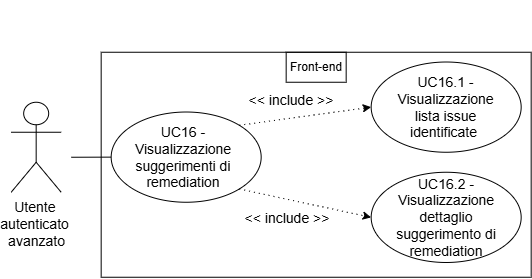
Above: assets/diagrams/UC16.png in SkarabGroup/DocumentazioneProgetto (draw.io), before the change. Source tidied: cells renumbered, new cells last; positions are measured from the earlier drawing's top-left corner, leaving out a move shared by most shapes.
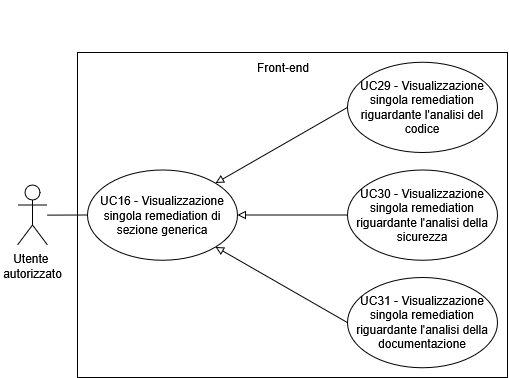
Above is the later version.

The edit, as a diff of the source:
```diff
@@ -4,59 +4,50 @@
     <mxCell id="1" parent="0" />
     <mxCell id="2" style="endArrow=classic;html=1;rounded=0;" parent="1" edge="1">
       <mxGeometry relative="1" as="geometry">
-        <mxPoint x="39.7" y="-0.2" as="sourcePoint" />
-        <mxPoint x="39.7" y="-0.2" as="targetPoint" />
+        <mxPoint x="-37" y="-151" as="sourcePoint" />
+        <mxPoint x="-37" y="-151" as="targetPoint" />
       </mxGeometry>
     </mxCell>
-    <mxCell id="3" value="&lt;font style=&quot;font-size: 14px;&quot;&gt;Utente&lt;/font&gt;&lt;font style=&quot;font-size: 12px;&quot;&gt;&amp;nbsp;&lt;/font&gt;&lt;div&gt;&lt;font style=&quot;&quot;&gt;&lt;font style=&quot;font-size: 14px;&quot;&gt;autenticato&lt;/font&gt;&lt;span style=&quot;font-size: 14px;&quot;&gt;&amp;nbsp;&lt;/span&gt;&lt;/font&gt;&lt;/div&gt;&lt;div&gt;&lt;font style=&quot;font-size: 14px;&quot;&gt;avanzato&lt;/font&gt;&lt;/div&gt;" style="shape=umlActor;verticalLabelPosition=bottom;verticalAlign=top;html=1;" parent="1" vertex="1">
-      <mxGeometry x="-0.3" y="94.8" width="50" height="90" as="geometry" />
-    </mxCell>
     <mxCell id="4" style="rounded=0;whiteSpace=wrap;html=1;" parent="1" vertex="1">
-      <mxGeometry x="89.7" y="44.8" width="430" height="225" as="geometry" />
+      <mxGeometry x="13" y="-106" width="430" height="325" as="geometry" />
     </mxCell>
     <mxCell id="5" style="endArrow=none;html=1;rounded=0;" parent="1" edge="1" target="6">
       <mxGeometry relative="1" as="geometry">
-        <mxPoint x="59.7" y="149.8" as="sourcePoint" />
+        <mxPoint x="-17" y="56.6" as="sourcePoint" />
       </mxGeometry>
     </mxCell>
-    <mxCell id="6" style="ellipse;whiteSpace=wrap;html=1;" parent="1" vertex="1">
-      <mxGeometry x="99.7" y="104.5" width="150" height="90.2" as="geometry" />
+    <mxCell id="6" value="UC16 - Visualizzazione singola remediation di sezione generica" style="ellipse;whiteSpace=wrap;html=1;" parent="1" vertex="1">
+      <mxGeometry x="23" y="11.4" width="150" height="90.2" as="geometry" />
     </mxCell>
-    <mxCell id="7" value="&lt;font style=&quot;font-size: 14px;&quot;&gt;UC16 - Visualizzazione suggerimenti di remediation&lt;/font&gt;" style="text;html=1;whiteSpace=wrap;strokeColor=none;fillColor=none;align=center;verticalAlign=middle;rounded=0;" parent="1" vertex="1">
-      <mxGeometry x="101.5" y="135.2" width="140" height="28.8" as="geometry" />
-    </mxCell>
     <mxCell id="8" style="endArrow=classic;html=1;rounded=0;" parent="1" edge="1">
       <mxGeometry relative="1" as="geometry">
-        <mxPoint x="19.7" y="44.8" as="sourcePoint" />
-        <mxPoint x="19.7" y="44.8" as="targetPoint" />
+        <mxPoint x="-57" y="-106" as="sourcePoint" />
+        <mxPoint x="-57" y="-106" as="targetPoint" />
       </mxGeometry>
     </mxCell>
-    <mxCell id="9" style="ellipse;whiteSpace=wrap;html=1;" parent="1" vertex="1">
-      <mxGeometry x="359.7" y="54.5" width="150" height="90.2" as="geometry" />
+    <mxCell id="9" value="UC29 - Visualizzazione singola remediation riguardante l'analisi del codice" style="ellipse;whiteSpace=wrap;html=1;" parent="1" vertex="1">
+      <mxGeometry x="283" y="-96.2" width="150" height="90.2" as="geometry" />
     </mxCell>
-    <mxCell id="10" value="&lt;font style=&quot;font-size: 14px;&quot;&gt;UC16.1 - Visualizzazione lista issue identificate&amp;nbsp;&lt;/font&gt;" style="text;html=1;whiteSpace=wrap;strokeColor=none;fillColor=none;align=center;verticalAlign=middle;rounded=0;" parent="1" vertex="1">
-      <mxGeometry x="375.9" y="83" width="117.5" height="33.2" as="geometry" />
-    </mxCell>
-    <mxCell id="11" style="ellipse;whiteSpace=wrap;html=1;" parent="1" vertex="1">
-      <mxGeometry x="359.7" y="164.8" width="150" height="90.2" as="geometry" />
+    <mxCell id="11" value="UC30 - Visualizzazione singola remediation riguardante l'analisi della sicurezza" style="ellipse;whiteSpace=wrap;html=1;" parent="1" vertex="1">
+      <mxGeometry x="283" y="11.4" width="150" height="90.2" as="geometry" />
     </mxCell>
-    <mxCell id="12" value="&lt;font style=&quot;font-size: 14px;&quot;&gt;UC16.2 - Visualizzazione dettaglio suggerimento di remediation&lt;/font&gt;" style="text;html=1;whiteSpace=wrap;strokeColor=none;fillColor=none;align=center;verticalAlign=middle;rounded=0;" parent="1" vertex="1">
-      <mxGeometry x="367.8" y="193.3" width="133.8" height="33.2" as="geometry" />
-    </mxCell>
-    <mxCell id="13" style="endArrow=classic;html=1;rounded=0;exitX=1;exitY=0;exitDx=0;exitDy=0;entryX=0;entryY=0.5;entryDx=0;entryDy=0;dashed=1;dashPattern=1 4;" parent="1" edge="1" source="6" target="9">
-      <mxGeometry relative="1" as="geometry" />
-    </mxCell>
-    <mxCell id="14" style="endArrow=classic;html=1;rounded=0;exitX=1;exitY=1;exitDx=0;exitDy=0;entryX=0;entryY=0.5;entryDx=0;entryDy=0;dashed=1;dashPattern=1 4;" parent="1" edge="1" source="6" target="11">
-      <mxGeometry relative="1" as="geometry" />
-    </mxCell>
-    <mxCell id="15" value="&lt;span style=&quot;font-size: 14px;&quot;&gt;&amp;lt;&amp;lt; include &amp;gt;&amp;gt;&lt;/span&gt;" style="text;html=1;whiteSpace=wrap;strokeColor=none;fillColor=none;align=center;verticalAlign=middle;rounded=0;" parent="1" vertex="1">
-      <mxGeometry x="229.7" y="77.5" width="100" height="30" as="geometry" />
-    </mxCell>
-    <mxCell id="16" value="&lt;span style=&quot;font-size: 14px;&quot;&gt;&amp;lt;&amp;lt; include &amp;gt;&amp;gt;&lt;/span&gt;" style="text;html=1;whiteSpace=wrap;strokeColor=none;fillColor=none;align=center;verticalAlign=middle;rounded=0;" parent="1" vertex="1">
-      <mxGeometry x="225.7" y="196.5" width="100" height="30" as="geometry" />
-    </mxCell>
-    <mxCell id="17" value="Front-end" style="text;html=1;whiteSpace=wrap;strokeColor=default;fillColor=none;align=center;verticalAlign=middle;rounded=0;perimeterSpacing=1;" parent="1" vertex="1">
-      <mxGeometry x="274.7" y="44.8" width="60" height="30" as="geometry" />
+    <mxCell id="17" value="Front-end" style="text;html=1;whiteSpace=wrap;strokeColor=none;fillColor=none;align=center;verticalAlign=middle;rounded=0;" parent="1" vertex="1">
+      <mxGeometry x="189" y="-106" width="60" height="30" as="geometry" />
     </mxCell>
+    <mxCell id="18" value="UC31 - Visualizzazione singola remediation riguardante l'analisi della documentazione" style="ellipse;whiteSpace=wrap;html=1;" parent="1" vertex="1">
+      <mxGeometry x="283" y="119" width="150" height="90.2" as="geometry" />
+    </mxCell>
+    <mxCell id="19" value="&lt;div&gt;Utente&amp;nbsp;&lt;/div&gt;&lt;div&gt;autorizzato&lt;/div&gt;" style="shape=umlActor;verticalLabelPosition=bottom;verticalAlign=top;html=1;" parent="1" vertex="1">
+      <mxGeometry x="-47" y="26.5" width="30" height="60" as="geometry" />
+    </mxCell>
+    <mxCell id="20" style="endArrow=block;html=1;rounded=0;entryX=1;entryY=0;entryDx=0;entryDy=0;exitX=0;exitY=0.5;exitDx=0;exitDy=0;endFill=0;strokeWidth=1;" parent="1" edge="1" source="9" target="6">
+      <mxGeometry relative="1" as="geometry" />
+    </mxCell>
+    <mxCell id="21" style="endArrow=block;html=1;rounded=0;entryX=1;entryY=0.5;entryDx=0;entryDy=0;exitX=0;exitY=0.5;exitDx=0;exitDy=0;endFill=0;strokeWidth=1;" parent="1" edge="1" source="11" target="6">
+      <mxGeometry relative="1" as="geometry" />
+    </mxCell>
+    <mxCell id="22" style="endArrow=block;html=1;rounded=0;entryX=1;entryY=1;entryDx=0;entryDy=0;exitX=0;exitY=0.5;exitDx=0;exitDy=0;endFill=0;strokeWidth=1;" parent="1" edge="1" source="18" target="6">
+      <mxGeometry relative="1" as="geometry" />
+    </mxCell>
   </root>
 </mxGraphModel>
```
